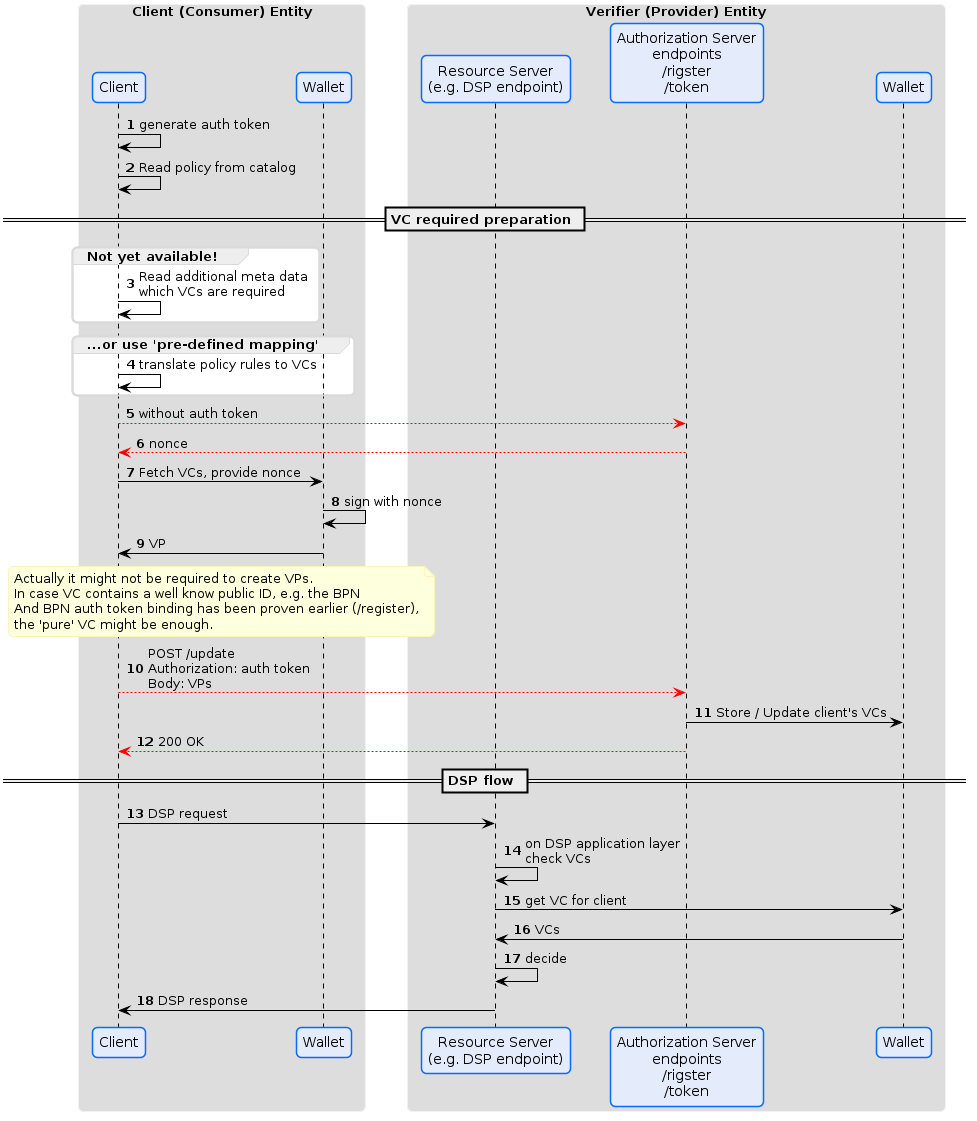
matgnt/identity-trust keeps this PlantUML diagram as specifications/M1/auth.flow_dsp_contract_negotiation.png. Above is the earlier version.
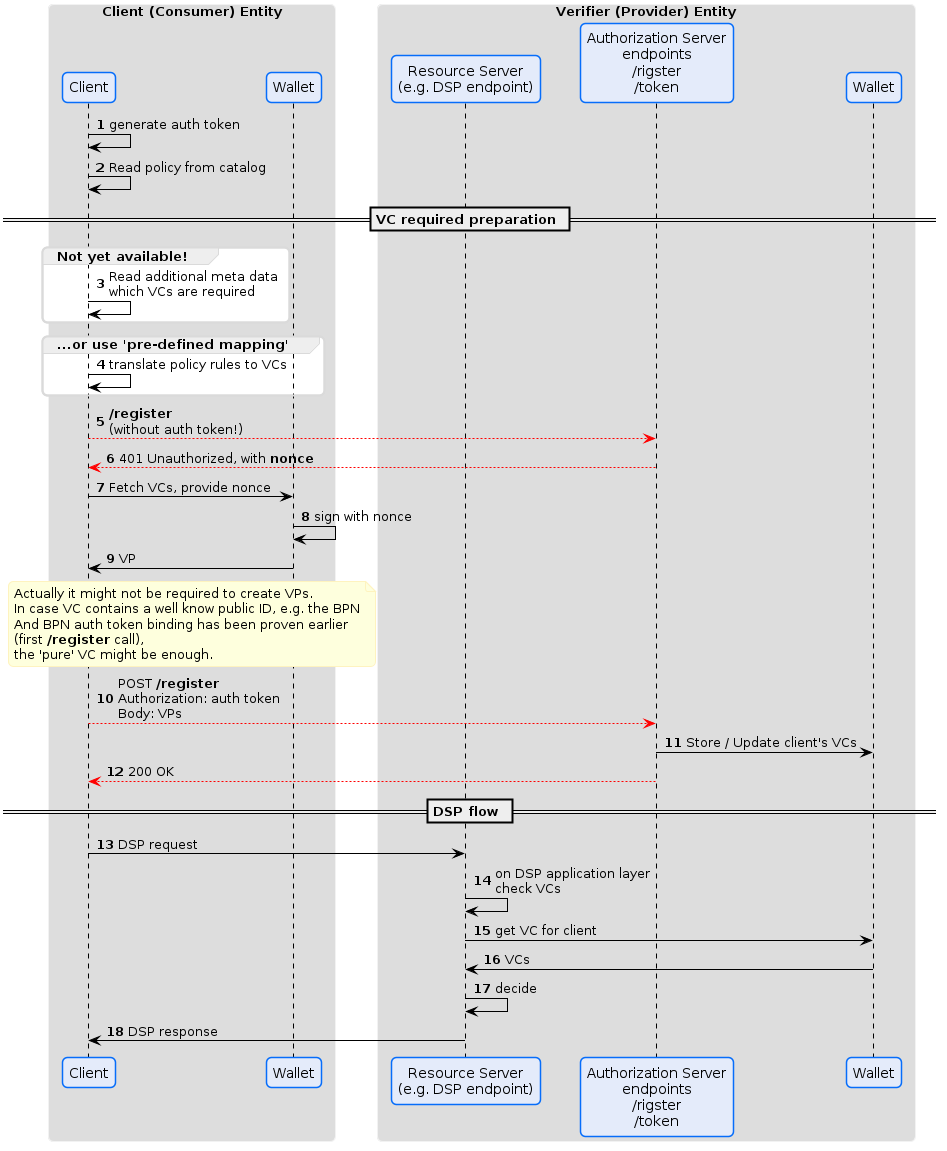
After the change.

Commit message:
Update DSP flow details and add verifier steps for /token endpoint

Change to the diagram source:
```diff
@@ -102,8 +102,8 @@
 C -> C: translate policy rules to VCs
 end
 
-C -[#red]-> AS: without auth token
-AS -[#red]-> C: nonce
+C -[#red]-> AS: <b>/register</b>\n(without auth token!)
+AS -[#red]-> C: 401 Unauthorized, with <b>nonce</b>
 
 C -> W: Fetch VCs, provide nonce
 W -> W: sign with nonce
@@ -111,11 +111,12 @@
 note over C, W
 Actually it might not be required to create VPs.
 In case VC contains a well know public ID, e.g. the BPN
-And BPN auth token binding has been proven earlier (/register),
+And BPN auth token binding has been proven earlier
+(first <b>/register</b> call),
 the 'pure' VC might be enough.
 end note
 
-C -[#red]-> AS: POST /update\nAuthorization: auth token\nBody: VPs
+C -[#red]-> AS: POST <b>/register</b>\nAuthorization: auth token\nBody: VPs
 AS -> PW: Store / Update client's VCs
 AS -[#red]-> C: 200 OK
 
```
